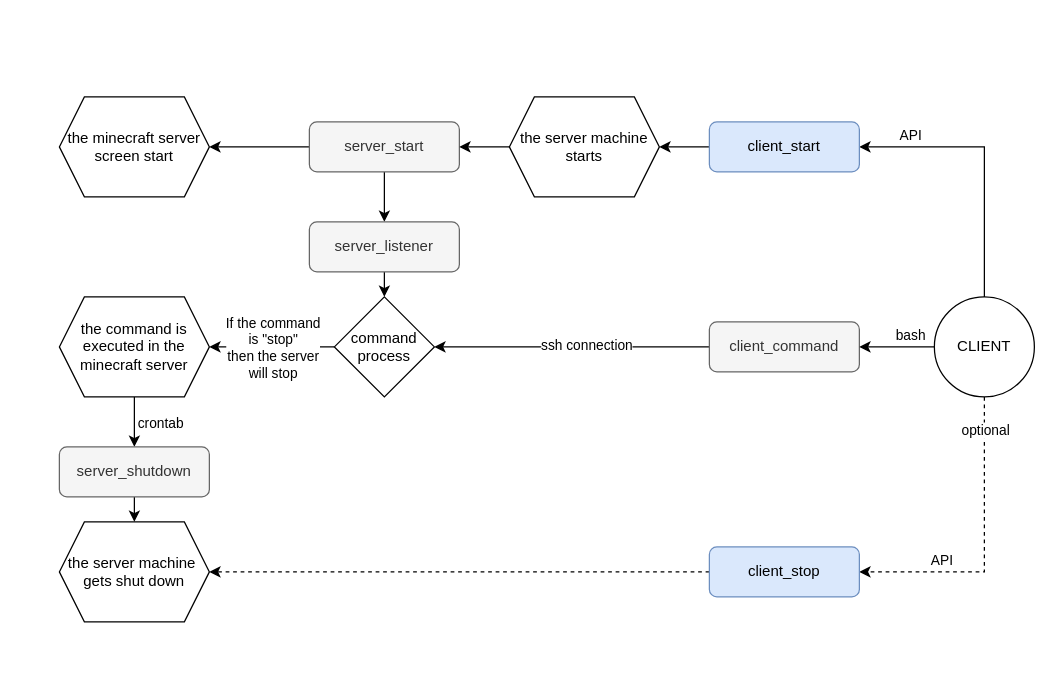
The draw.io diagram img/framework.drawio in StudiousPillow/MinecraftHostOnOff, before the edit. Source tidied: cells renumbered, new cells numbered last; positions are measured from the earlier drawing's top-left corner, leaving out a move shared by most shapes. Both pictures are drawn from the tidied source at 125%, with x=0, y=0 at pixel (59, 96).
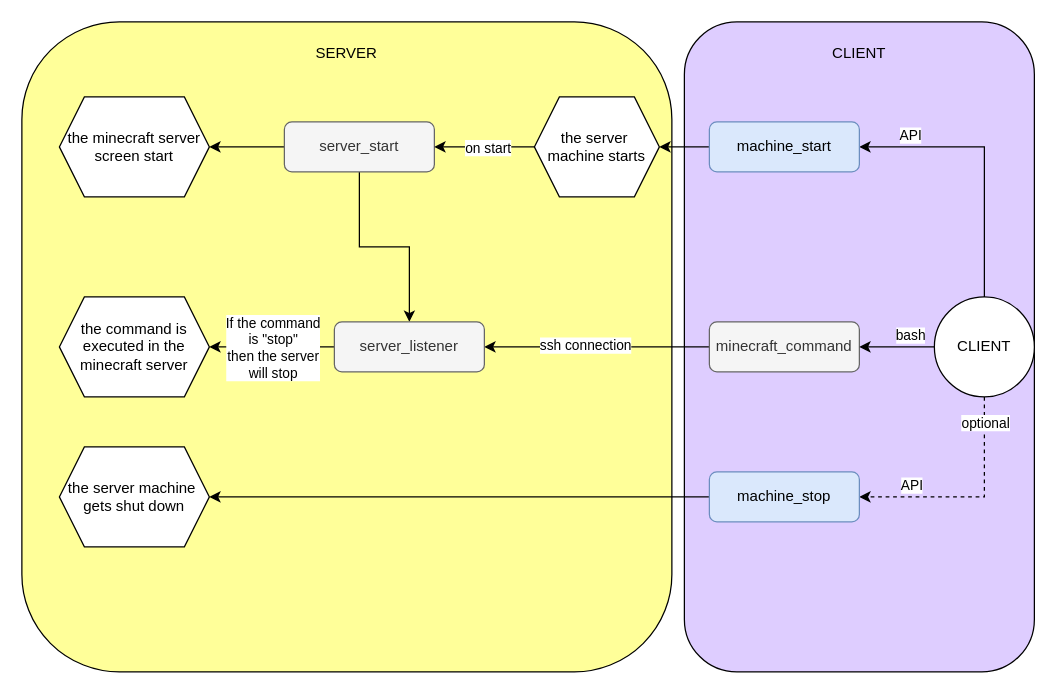
The same diagram, later.

The change refers to these unchanged cells:
```xml
<mxCell id="14" style="edgeStyle=orthogonalEdgeStyle;rounded=0;jettySize=auto;html=1;exitX=0.5;exitY=1;exitDx=0;exitDy=0;entryX=1;entryY=0.5;entryDx=0;entryDy=0;dashed=1;" parent="1" edge="1" source="17" target="31">
  <mxGeometry relative="1" as="geometry" />
</mxCell>
<mxCell id="20" style="edgeStyle=orthogonalEdgeStyle;rounded=0;jettySize=auto;html=1;exitX=0;exitY=0.5;exitDx=0;exitDy=0;entryX=1;entryY=0.5;entryDx=0;entryDy=0;" parent="1" edge="1" source="21" target="4">
  <mxGeometry relative="1" as="geometry" />
</mxCell>
<mxCell id="25" value="the command is executed in the minecraft server" style="shape=hexagon;perimeter=hexagonPerimeter2;whiteSpace=wrap;html=1;fixedSize=1;" parent="1" vertex="1">
  <mxGeometry y="160" width="120" height="80" as="geometry" />
</mxCell>
```

Change to the diagram source:
```diff
@@
+    <mxCell id="34" style="rounded=1;whiteSpace=wrap;html=1;fillColor=#FFFF99;" parent="1" vertex="1">
+      <mxGeometry x="-30" y="-60" width="520" height="520" as="geometry" />
+    </mxCell>
+    <mxCell id="35" style="rounded=1;whiteSpace=wrap;html=1;fillColor=#DECDFF;" parent="1" vertex="1">
+      <mxGeometry x="500" y="-60" width="280" height="520" as="geometry" />
+    </mxCell>
@@
     <mxCell id="4" value="server_start" style="rounded=1;whiteSpace=wrap;html=1;fontSize=12;glass=0;strokeWidth=1;shadow=0;fillColor=#f5f5f5;fontColor=#333333;strokeColor=#666666;" parent="1" vertex="1">
-      <mxGeometry x="200" y="20" width="120" height="40" as="geometry" />
+      <mxGeometry x="180" y="20" width="120" height="40" as="geometry" />
     </mxCell>
-    <mxCell id="5" style="edgeStyle=orthogonalEdgeStyle;rounded=0;jettySize=auto;html=1;exitX=0;exitY=0.5;exitDx=0;exitDy=0;entryX=1;entryY=0.5;entryDx=0;entryDy=0;" parent="1" edge="1" source="7" target="28">
+    <mxCell id="5" style="edgeStyle=orthogonalEdgeStyle;rounded=0;jettySize=auto;html=1;exitX=0;exitY=0.5;exitDx=0;exitDy=0;entryX=1;entryY=0.5;entryDx=0;entryDy=0;" parent="1" edge="1" source="7" target="9">
       <mxGeometry relative="1" as="geometry" />
     </mxCell>
     <mxCell id="6" value="ssh connection" style="edgeLabel;html=1;align=center;verticalAlign=middle;" parent="5" vertex="1">
-      <mxGeometry x="-0.1" y="-2" relative="1" as="geometry" />
+      <mxGeometry x="-0.1" y="-2" relative="1" as="geometry">
+        <mxPoint x="-19" as="offset" />
+      </mxGeometry>
     </mxCell>
-    <mxCell id="7" value="&lt;div&gt;&lt;div&gt;client_command&lt;/div&gt;&lt;/div&gt;" style="rounded=1;whiteSpace=wrap;html=1;fontSize=12;glass=0;strokeWidth=1;shadow=0;fillColor=#f5f5f5;fontColor=#333333;strokeColor=#666666;" parent="1" vertex="1">
+    <mxCell id="7" value="minecraft_command" style="rounded=1;whiteSpace=wrap;html=1;fontSize=12;glass=0;strokeWidth=1;shadow=0;fillColor=#f5f5f5;fontColor=#333333;strokeColor=#666666;" parent="1" vertex="1">
       <mxGeometry x="520" y="180" width="120" height="40" as="geometry" />
     </mxCell>
-    <mxCell id="8" style="edgeStyle=orthogonalEdgeStyle;rounded=0;jettySize=auto;html=1;exitX=0.5;exitY=1;exitDx=0;exitDy=0;entryX=0.5;entryY=0;entryDx=0;entryDy=0;" parent="1" edge="1" source="9" target="28">
-      <mxGeometry relative="1" as="geometry" />
-    </mxCell>
+    <mxCell id="36" style="edgeStyle=orthogonalEdgeStyle;rounded=0;jettySize=auto;html=1;exitX=0;exitY=0.5;exitDx=0;exitDy=0;entryX=1;entryY=0.5;entryDx=0;entryDy=0;" parent="1" edge="1" source="9" target="25">
+      <mxGeometry relative="1" as="geometry" />
+    </mxCell>
+    <mxCell id="27" value="If the command&lt;div&gt;is &quot;stop&quot;&lt;/div&gt;&lt;div&gt;then the server&lt;/div&gt;&lt;div&gt;will stop&lt;/div&gt;" style="edgeLabel;html=1;align=center;verticalAlign=middle;" parent="36" vertex="1">
+      <mxGeometry relative="1" as="geometry" />
+    </mxCell>
     <mxCell id="9" value="server_listener" style="rounded=1;whiteSpace=wrap;html=1;fontSize=12;glass=0;strokeWidth=1;shadow=0;fillColor=#f5f5f5;fontColor=#333333;strokeColor=#666666;" parent="1" vertex="1">
-      <mxGeometry x="200" y="100" width="120" height="40" as="geometry" />
+      <mxGeometry x="220" y="180" width="120" height="40" as="geometry" />
     </mxCell>
@@
     <mxCell id="15" value="API" style="edgeLabel;html=1;align=center;verticalAlign=middle;" parent="14" vertex="1">
       <mxGeometry x="0.46" y="-2" relative="1" as="geometry">
-        <mxPoint y="-8" as="offset" />
+        <mxPoint x="-8" y="-8" as="offset" />
       </mxGeometry>
     </mxCell>
@@
-    <mxCell id="19" value="&lt;div&gt;client_start&lt;/div&gt;" style="rounded=1;whiteSpace=wrap;html=1;fontSize=12;glass=0;strokeWidth=1;shadow=0;fillColor=#dae8fc;strokeColor=#6c8ebf;" parent="1" vertex="1">
+    <mxCell id="19" value="&lt;div&gt;machine_start&lt;/div&gt;" style="rounded=1;whiteSpace=wrap;html=1;fontSize=12;glass=0;strokeWidth=1;shadow=0;fillColor=#dae8fc;strokeColor=#6c8ebf;" parent="1" vertex="1">
       <mxGeometry x="520" y="20" width="120" height="40" as="geometry" />
     </mxCell>
@@
+    <mxCell id="37" value="on start" style="edgeLabel;html=1;align=center;verticalAlign=middle;" parent="20" vertex="1">
+      <mxGeometry x="-0.33" relative="1" as="geometry">
+        <mxPoint x="-11" as="offset" />
+      </mxGeometry>
+    </mxCell>
-    <mxCell id="21" value="the server machine starts" style="shape=hexagon;perimeter=hexagonPerimeter2;whiteSpace=wrap;html=1;fixedSize=1;" parent="1" vertex="1">
-      <mxGeometry x="360" width="120" height="80" as="geometry" />
+    <mxCell id="21" value="the server&amp;nbsp;&lt;div&gt;machine starts&lt;/div&gt;" style="shape=hexagon;perimeter=hexagonPerimeter2;whiteSpace=wrap;html=1;fixedSize=1;" parent="1" vertex="1">
+      <mxGeometry x="380" width="100" height="80" as="geometry" />
     </mxCell>
@@
-    <mxCell id="23" style="edgeStyle=orthogonalEdgeStyle;rounded=0;jettySize=auto;html=1;exitX=0.5;exitY=1;exitDx=0;exitDy=0;entryX=0.5;entryY=0;entryDx=0;entryDy=0;" parent="1" edge="1" source="25" target="33">
-      <mxGeometry relative="1" as="geometry" />
-    </mxCell>
-    <mxCell id="24" value="crontab" style="edgeLabel;html=1;align=center;verticalAlign=middle;" parent="23" vertex="1">
-      <mxGeometry x="-0.35" y="-1" relative="1" as="geometry">
-        <mxPoint x="21" y="7" as="offset" />
-      </mxGeometry>
-    </mxCell>
@@
-    <mxCell id="26" style="edgeStyle=orthogonalEdgeStyle;rounded=0;jettySize=auto;html=1;exitX=0;exitY=0.5;exitDx=0;exitDy=0;entryX=1;entryY=0.5;entryDx=0;entryDy=0;" parent="1" edge="1" source="28" target="25">
-      <mxGeometry relative="1" as="geometry" />
-    </mxCell>
-    <mxCell id="27" value="If the command&lt;div&gt;is &quot;stop&quot;&lt;/div&gt;&lt;div&gt;then the server&lt;/div&gt;&lt;div&gt;will stop&lt;/div&gt;" style="edgeLabel;html=1;align=center;verticalAlign=middle;" parent="26" vertex="1">
-      <mxGeometry x="0.3" y="1" relative="1" as="geometry">
-        <mxPoint x="15" y="-1" as="offset" />
-      </mxGeometry>
-    </mxCell>
-    <mxCell id="28" value="command process" style="rhombus;whiteSpace=wrap;html=1;" parent="1" vertex="1">
-      <mxGeometry x="220" y="160" width="80" height="80" as="geometry" />
-    </mxCell>
     <mxCell id="29" value="the server machine&amp;nbsp;&lt;div&gt;gets shut down&lt;/div&gt;" style="shape=hexagon;perimeter=hexagonPerimeter2;whiteSpace=wrap;html=1;fixedSize=1;" parent="1" vertex="1">
-      <mxGeometry y="340" width="120" height="80" as="geometry" />
+      <mxGeometry y="280" width="120" height="80" as="geometry" />
     </mxCell>
-    <mxCell id="30" style="edgeStyle=orthogonalEdgeStyle;rounded=0;jettySize=auto;html=1;exitX=0;exitY=0.5;exitDx=0;exitDy=0;entryX=1;entryY=0.5;entryDx=0;entryDy=0;dashed=1;" parent="1" edge="1" source="31" target="29">
+    <mxCell id="30" style="edgeStyle=orthogonalEdgeStyle;rounded=0;jettySize=auto;html=1;exitX=0;exitY=0.5;exitDx=0;exitDy=0;entryX=1;entryY=0.5;entryDx=0;entryDy=0;" parent="1" edge="1" source="31" target="29">
       <mxGeometry relative="1" as="geometry" />
     </mxCell>
-    <mxCell id="31" value="&lt;div&gt;&lt;div&gt;client_stop&lt;/div&gt;&lt;/div&gt;" style="rounded=1;whiteSpace=wrap;html=1;fontSize=12;glass=0;strokeWidth=1;shadow=0;fillColor=#dae8fc;strokeColor=#6c8ebf;" parent="1" vertex="1">
-      <mxGeometry x="520" y="360" width="120" height="40" as="geometry" />
+    <mxCell id="31" value="&lt;div&gt;&lt;div&gt;machine_stop&lt;/div&gt;&lt;/div&gt;" style="rounded=1;whiteSpace=wrap;html=1;fontSize=12;glass=0;strokeWidth=1;shadow=0;fillColor=#dae8fc;strokeColor=#6c8ebf;" parent="1" vertex="1">
+      <mxGeometry x="520" y="300" width="120" height="40" as="geometry" />
     </mxCell>
-    <mxCell id="32" style="edgeStyle=orthogonalEdgeStyle;rounded=0;jettySize=auto;html=1;exitX=0.5;exitY=1;exitDx=0;exitDy=0;entryX=0.5;entryY=0;entryDx=0;entryDy=0;" parent="1" edge="1" source="33" target="29">
-      <mxGeometry relative="1" as="geometry" />
-    </mxCell>
-    <mxCell id="33" value="server_shutdown" style="rounded=1;whiteSpace=wrap;html=1;fontSize=12;glass=0;strokeWidth=1;shadow=0;fillColor=#f5f5f5;fontColor=#333333;strokeColor=#666666;" parent="1" vertex="1">
-      <mxGeometry y="280" width="120" height="40" as="geometry" />
-    </mxCell>
+    <mxCell id="38" value="CLIENT" style="text;html=1;align=center;verticalAlign=middle;whiteSpace=wrap;rounded=0;" parent="1" vertex="1">
+      <mxGeometry x="610" y="-50" width="60" height="30" as="geometry" />
+    </mxCell>
+    <mxCell id="39" value="SERVER" style="text;html=1;align=center;verticalAlign=middle;whiteSpace=wrap;rounded=0;" parent="1" vertex="1">
+      <mxGeometry x="200" y="-50" width="60" height="30" as="geometry" />
+    </mxCell>
```
